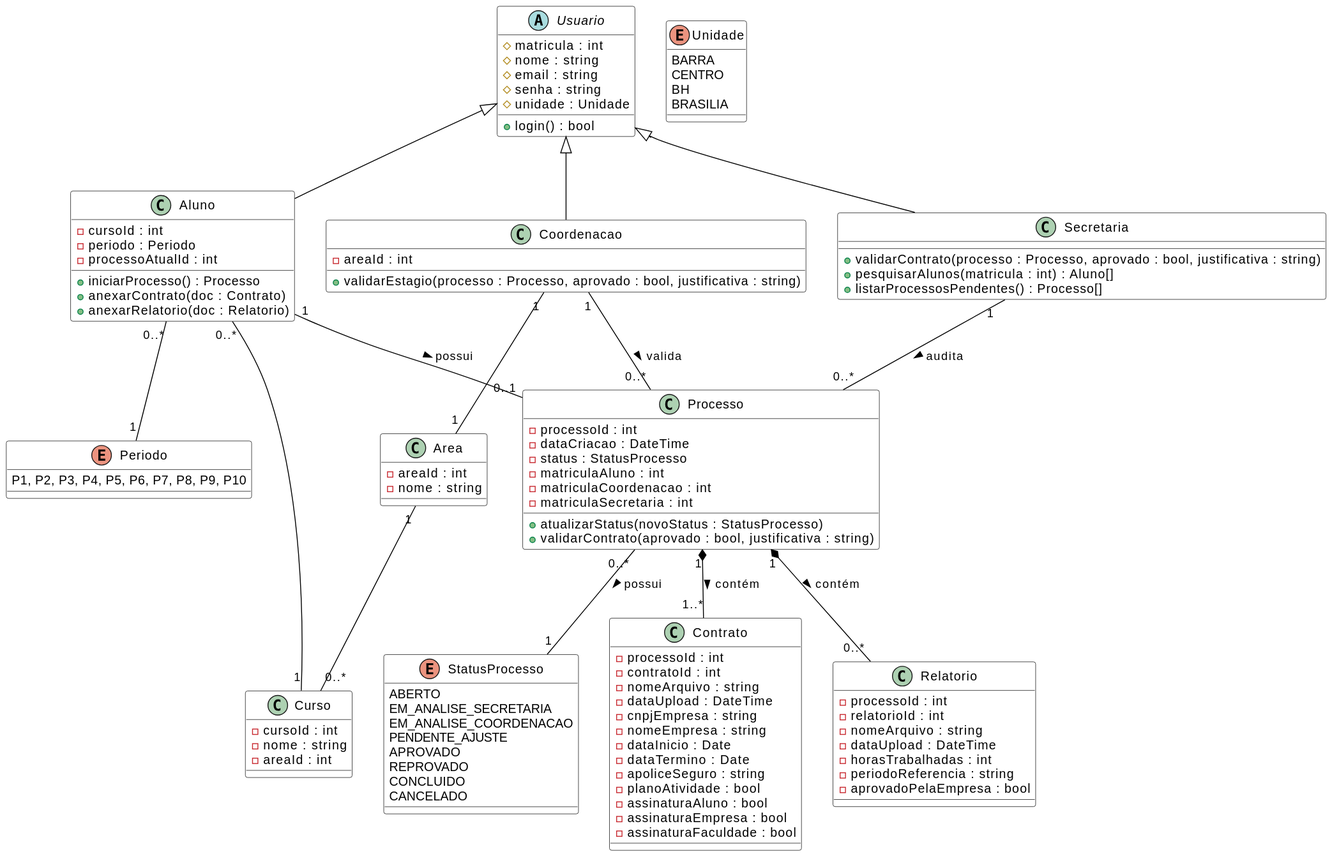
This is docs/assets/Diagramas/out/diagrama_de_classes.svg from Projetos-de-Extensao/PBE_26.1_8002_III, a PlantUML export, as it was before one commit.
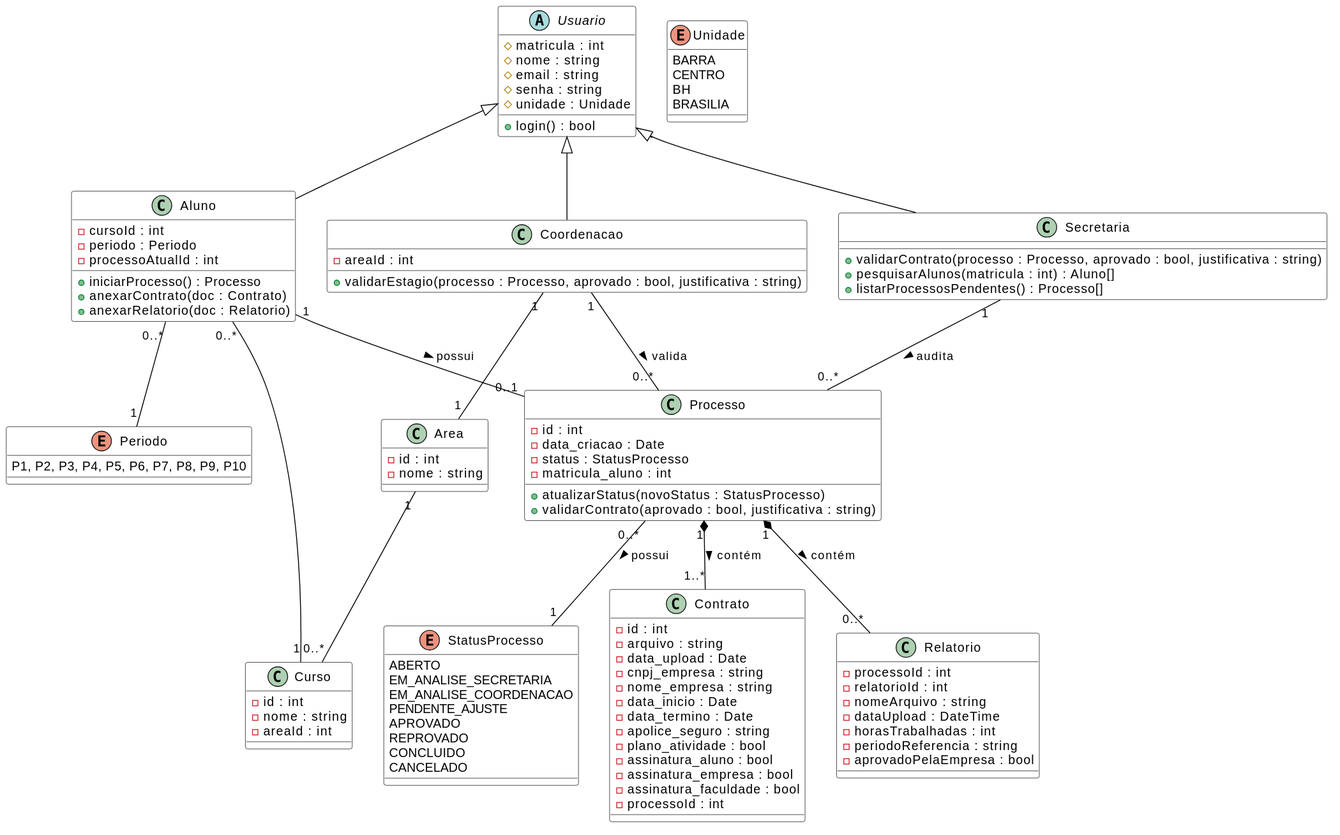
Later version of the same file.

What changed in the source:
```diff
@@ -58,30 +58,28 @@
 }
 
 class Processo {
-- processoId : int
-- dataCriacao : DateTime
+- id : int
+- data_criacao : Date
 - status : StatusProcesso
-- matriculaAluno : int
-- matriculaCoordenacao : int
-- matriculaSecretaria : int
+- matricula_aluno : int
 + atualizarStatus(novoStatus : StatusProcesso)
 + validarContrato(aprovado : bool, justificativa : string)
 }
 
 class Contrato {
+- id : int
+- arquivo : string
+- data_upload : Date
+- cnpj_empresa : string
+- nome_empresa : string
+- data_inicio : Date
+- data_termino : Date
+- apolice_seguro : string
+- plano_atividade : bool
+- assinatura_aluno : bool
+- assinatura_empresa : bool
+- assinatura_faculdade : bool
 - processoId : int
-- contratoId : int
-- nomeArquivo : string
-- dataUpload : DateTime
-- cnpjEmpresa : string
-- nomeEmpresa : string
-- dataInicio : Date
-- dataTermino : Date
-- apoliceSeguro : string
-- planoAtividade : bool
-- assinaturaAluno : bool
-- assinaturaEmpresa : bool
-- assinaturaFaculdade : bool
 }
 
 class Relatorio {
@@ -95,13 +93,13 @@
 }
 
 class Curso {
-- cursoId : int
+- id : int
 - nome : string
 - areaId : int
 }
 
 class Area {
-- areaId : int
+- id : int
 - nome : string
 }
 
```
